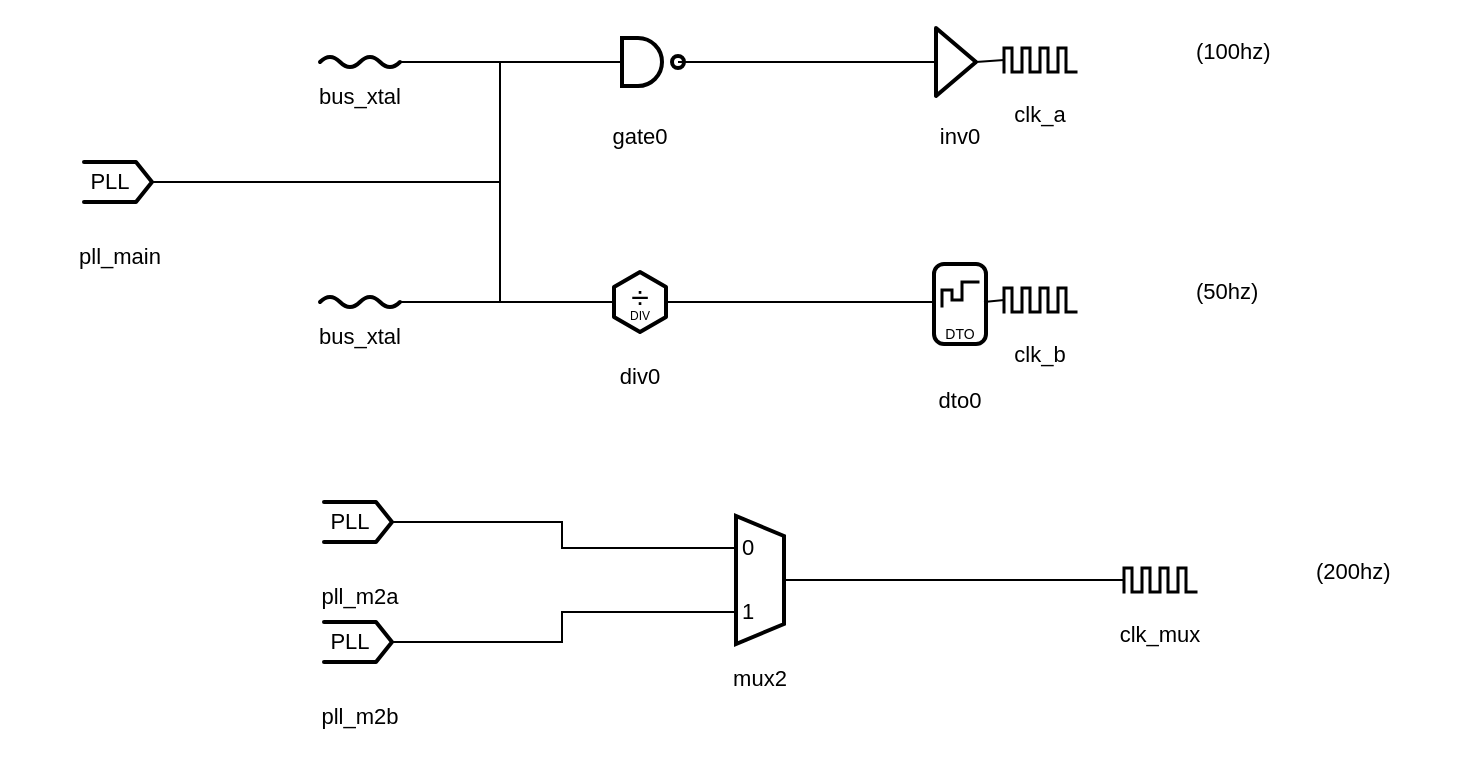
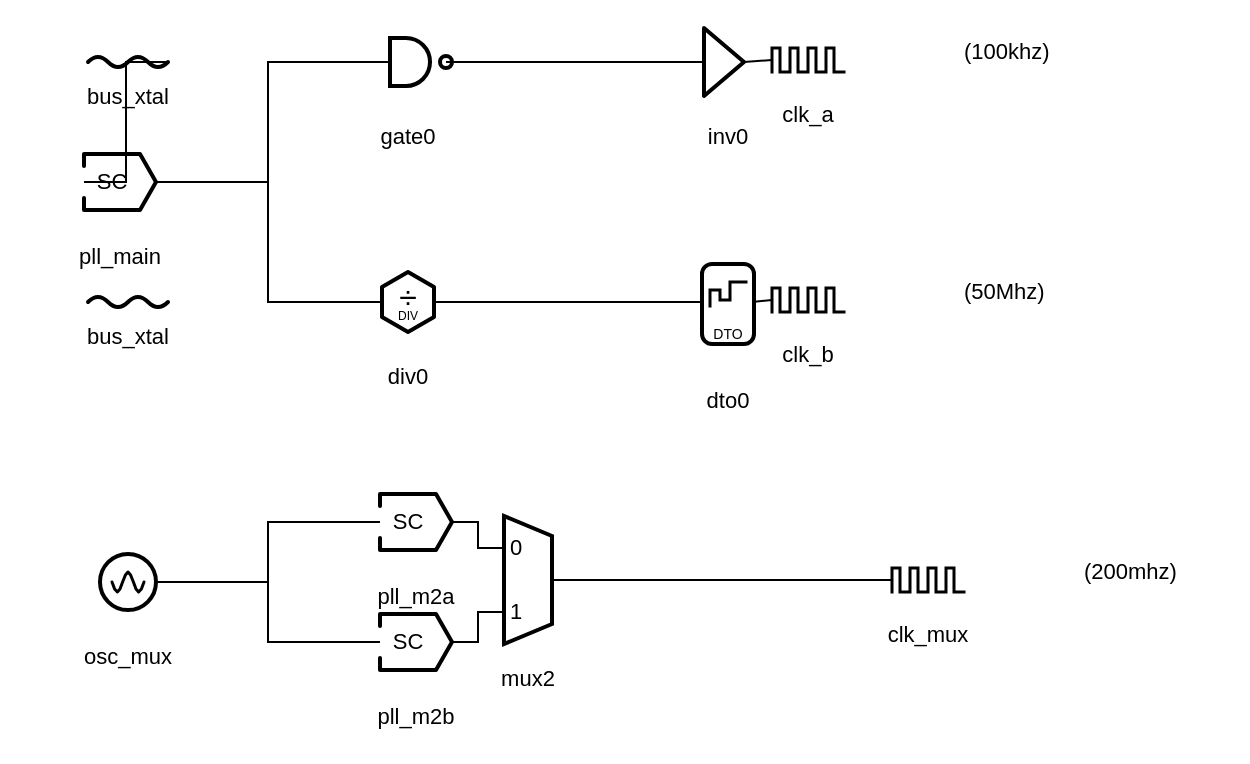
<mxfile>
  <diagram id="fig2" name="fig2"><mxGraphModel>
      <root>
        <mxCell id="0" />
        <mxCell id="1" parent="0" />
-         <object name="bus_xtal" id="10" label="&lt;div style=&quot;position:relative;box-sizing:border-box;margin:0;padding:0;display:block;width:100%;height:100%;overflow:visible;white-space:nowrap;font-family:Helvetica,Arial,sans-serif;&quot;&gt;&lt;div style=&quot;position:absolute;left:0;top:0;width:100%;height:100%;&quot;&gt;&lt;svg xmlns=&quot;http://www.w3.org/2000/svg&quot; width=&quot;100%&quot; height=&quot;100%&quot; viewBox=&quot;0 0 120 40&quot; preserveAspectRatio=&quot;none&quot; style=&quot;display:block;overflow:visible;&quot;&gt;&lt;path d=&quot;M 40 14 Q 45 9 50 14 T 60 14 T 70 14 T 80 14&quot; fill=&quot;none&quot; stroke=&quot;#000000&quot; stroke-width=&quot;2&quot; stroke-linecap=&quot;round&quot; stroke-linejoin=&quot;round&quot;/&gt;&lt;/svg&gt;&lt;/div&gt;&lt;div style=&quot;position:absolute;left:50%;top:55.00000000000001%;transform:translateX(-50%);text-align:center;font-size:11px;line-height:1;white-space:nowrap;padding-top:4px;&quot;&gt;bus_xtal&lt;/div&gt;&lt;/div&gt;" placeholders="0">
-           <mxCell style="rounded=0;whiteSpace=nowrap;html=1;metaEdit=1;placeholders=0;overflow=fill;autosize=0;fillColor=none;strokeColor=none;spacingTop=0;spacingBottom=0;spacingLeft=0;spacingRight=0;align=left;verticalAlign=top;drawclockType=wire;points=[[0.3333,0.3500,0,0,0],[0.6667,0.3500,0,0,0]];" vertex="1" parent="1">
+         <object id="10" name="bus_xtal" label="&lt;div style=&quot;position:relative;box-sizing:border-box;margin:0;padding:0;display:block;width:100%;height:100%;overflow:visible;white-space:nowrap;font-family:Helvetica,Arial,sans-serif;&quot;&gt;&lt;div style=&quot;position:absolute;left:0;top:0;width:100%;height:100%;&quot;&gt;&lt;svg xmlns=&quot;http://www.w3.org/2000/svg&quot; width=&quot;100%&quot; height=&quot;100%&quot; viewBox=&quot;0 0 120 40&quot; preserveAspectRatio=&quot;none&quot; style=&quot;display:block;overflow:visible;&quot;&gt;&lt;path d=&quot;M 40 14 Q 45 9 50 14 T 60 14 T 70 14 T 80 14&quot; fill=&quot;none&quot; stroke=&quot;#000000&quot; stroke-width=&quot;2&quot; stroke-linecap=&quot;round&quot; stroke-linejoin=&quot;round&quot;/&gt;&lt;/svg&gt;&lt;/div&gt;&lt;div style=&quot;position:absolute;left:50%;top:55.00000000000001%;transform:translateX(-50%);text-align:center;font-size:11px;line-height:1;white-space:nowrap;padding-top:4px;&quot;&gt;%name%&lt;/div&gt;&lt;/div&gt;" placeholders="1">
+           <mxCell style="rounded=0;whiteSpace=nowrap;html=1;metaEdit=1;placeholders=1;overflow=fill;autosize=0;fillColor=none;strokeColor=none;spacingTop=0;spacingBottom=0;spacingLeft=0;spacingRight=0;align=left;verticalAlign=top;drawclockType=wire;points=[[0.3333,0.3500,0,0,0],[0.6667,0.3500,0,0,0]];" vertex="1" parent="1">
            <mxGeometry x="40" y="66" width="120" height="40" as="geometry" />
          </mxCell>
        </object>
-         <object name="bus_xtal" id="11" label="&lt;div style=&quot;position:relative;box-sizing:border-box;margin:0;padding:0;display:block;width:100%;height:100%;overflow:visible;white-space:nowrap;font-family:Helvetica,Arial,sans-serif;&quot;&gt;&lt;div style=&quot;position:absolute;left:0;top:0;width:100%;height:100%;&quot;&gt;&lt;svg xmlns=&quot;http://www.w3.org/2000/svg&quot; width=&quot;100%&quot; height=&quot;100%&quot; viewBox=&quot;0 0 120 40&quot; preserveAspectRatio=&quot;none&quot; style=&quot;display:block;overflow:visible;&quot;&gt;&lt;path d=&quot;M 40 14 Q 45 9 50 14 T 60 14 T 70 14 T 80 14&quot; fill=&quot;none&quot; stroke=&quot;#000000&quot; stroke-width=&quot;2&quot; stroke-linecap=&quot;round&quot; stroke-linejoin=&quot;round&quot;/&gt;&lt;/svg&gt;&lt;/div&gt;&lt;div style=&quot;position:absolute;left:50%;top:55.00000000000001%;transform:translateX(-50%);text-align:center;font-size:11px;line-height:1;white-space:nowrap;padding-top:4px;&quot;&gt;bus_xtal&lt;/div&gt;&lt;/div&gt;" placeholders="0">
-           <mxCell style="rounded=0;whiteSpace=nowrap;html=1;metaEdit=1;placeholders=0;overflow=fill;autosize=0;fillColor=none;strokeColor=none;spacingTop=0;spacingBottom=0;spacingLeft=0;spacingRight=0;align=left;verticalAlign=top;drawclockType=wire;points=[[0.3333,0.3500,0,0,0],[0.6667,0.3500,0,0,0]];" vertex="1" parent="1">
+         <object id="11" name="bus_xtal" label="&lt;div style=&quot;position:relative;box-sizing:border-box;margin:0;padding:0;display:block;width:100%;height:100%;overflow:visible;white-space:nowrap;font-family:Helvetica,Arial,sans-serif;&quot;&gt;&lt;div style=&quot;position:absolute;left:0;top:0;width:100%;height:100%;&quot;&gt;&lt;svg xmlns=&quot;http://www.w3.org/2000/svg&quot; width=&quot;100%&quot; height=&quot;100%&quot; viewBox=&quot;0 0 120 40&quot; preserveAspectRatio=&quot;none&quot; style=&quot;display:block;overflow:visible;&quot;&gt;&lt;path d=&quot;M 40 14 Q 45 9 50 14 T 60 14 T 70 14 T 80 14&quot; fill=&quot;none&quot; stroke=&quot;#000000&quot; stroke-width=&quot;2&quot; stroke-linecap=&quot;round&quot; stroke-linejoin=&quot;round&quot;/&gt;&lt;/svg&gt;&lt;/div&gt;&lt;div style=&quot;position:absolute;left:50%;top:55.00000000000001%;transform:translateX(-50%);text-align:center;font-size:11px;line-height:1;white-space:nowrap;padding-top:4px;&quot;&gt;%name%&lt;/div&gt;&lt;/div&gt;" placeholders="1">
+           <mxCell style="rounded=0;whiteSpace=nowrap;html=1;metaEdit=1;placeholders=1;overflow=fill;autosize=0;fillColor=none;strokeColor=none;spacingTop=0;spacingBottom=0;spacingLeft=0;spacingRight=0;align=left;verticalAlign=top;drawclockType=wire;points=[[0.3333,0.3500,0,0,0],[0.6667,0.3500,0,0,0]];" vertex="1" parent="1">
            <mxGeometry x="40" y="186" width="120" height="40" as="geometry" />
          </mxCell>
        </object>
-         <object name="gate0" id="12" label="&lt;div style=&quot;position:relative;box-sizing:border-box;margin:0;padding:0;display:block;width:100%;height:100%;overflow:visible;white-space:nowrap;font-family:Helvetica,Arial,sans-serif;&quot;&gt;&lt;div style=&quot;position:absolute;left:0;top:0;width:100%;height:100%;&quot;&gt;&lt;svg xmlns=&quot;http://www.w3.org/2000/svg&quot; width=&quot;100%&quot; height=&quot;100%&quot; viewBox=&quot;0 0 120 90&quot; preserveAspectRatio=&quot;none&quot; style=&quot;display:block;overflow:visible;&quot;&gt;&lt;path d=&quot;M 51 18 L 59 18 A 12 12 0 1 1 59 42 L 51 42 Z&quot; fill=&quot;none&quot; stroke=&quot;#000000&quot; stroke-width=&quot;2&quot; stroke-linejoin=&quot;miter&quot;/&gt;&lt;circle cx=&quot;79&quot; cy=&quot;30&quot; r=&quot;3&quot; fill=&quot;#ffffff&quot; stroke=&quot;#000000&quot; stroke-width=&quot;2&quot;/&gt;&lt;/svg&gt;&lt;/div&gt;&lt;div style=&quot;position:absolute;left:50%;top:64.44444444444444%;transform:translateX(-50%);text-align:center;font-size:11px;line-height:1;white-space:nowrap;padding-top:4px;&quot;&gt;gate0&lt;/div&gt;&lt;/div&gt;" placeholders="0">
-           <mxCell style="rounded=0;whiteSpace=nowrap;html=1;metaEdit=1;placeholders=0;overflow=fill;autosize=0;fillColor=none;strokeColor=none;spacingTop=0;spacingBottom=0;spacingLeft=0;spacingRight=0;align=left;verticalAlign=top;drawclockType=gate;points=[[0.4250,0.3333,0,0,0],[0.6583,0.3333,0,0,0]];" vertex="1" parent="1">
+         <object id="12" name="gate0" label="&lt;div style=&quot;position:relative;box-sizing:border-box;margin:0;padding:0;display:block;width:100%;height:100%;overflow:visible;white-space:nowrap;font-family:Helvetica,Arial,sans-serif;&quot;&gt;&lt;div style=&quot;position:absolute;left:0;top:0;width:100%;height:100%;&quot;&gt;&lt;svg xmlns=&quot;http://www.w3.org/2000/svg&quot; width=&quot;100%&quot; height=&quot;100%&quot; viewBox=&quot;0 0 120 90&quot; preserveAspectRatio=&quot;none&quot; style=&quot;display:block;overflow:visible;&quot;&gt;&lt;path d=&quot;M 51 18 L 59 18 A 12 12 0 1 1 59 42 L 51 42 Z&quot; fill=&quot;none&quot; stroke=&quot;#000000&quot; stroke-width=&quot;2&quot; stroke-linejoin=&quot;miter&quot;/&gt;&lt;circle cx=&quot;79&quot; cy=&quot;30&quot; r=&quot;3&quot; fill=&quot;#ffffff&quot; stroke=&quot;#000000&quot; stroke-width=&quot;2&quot;/&gt;&lt;/svg&gt;&lt;/div&gt;&lt;div style=&quot;position:absolute;left:50%;top:64.44444444444444%;transform:translateX(-50%);text-align:center;font-size:11px;line-height:1;white-space:nowrap;padding-top:4px;&quot;&gt;%name%&lt;/div&gt;&lt;/div&gt;" placeholders="1">
+           <mxCell style="rounded=0;whiteSpace=nowrap;html=1;metaEdit=1;placeholders=1;overflow=fill;autosize=0;fillColor=none;strokeColor=none;spacingTop=0;spacingBottom=0;spacingLeft=0;spacingRight=0;align=left;verticalAlign=top;drawclockType=gate;points=[[0.4250,0.3333,0,0,0],[0.6583,0.3333,0,0,0]];" vertex="1" parent="1">
            <mxGeometry x="180" y="50" width="120" height="90" as="geometry" />
          </mxCell>
        </object>
-         <object name="div0" id="13" label="&lt;div style=&quot;position:relative;box-sizing:border-box;margin:0;padding:0;display:block;width:100%;height:100%;overflow:visible;white-space:nowrap;font-family:Helvetica,Arial,sans-serif;&quot;&gt;&lt;div style=&quot;position:absolute;left:0;top:0;width:100%;height:100%;&quot;&gt;&lt;svg xmlns=&quot;http://www.w3.org/2000/svg&quot; width=&quot;100%&quot; height=&quot;100%&quot; viewBox=&quot;0 0 120 90&quot; preserveAspectRatio=&quot;none&quot; style=&quot;display:block;overflow:visible;&quot;&gt;&lt;polygon points=&quot;73.0,37.5 60.0,45.0 47.0,37.5 47.0,22.5 60.0,15.0 73.0,22.5&quot; fill=&quot;none&quot; stroke=&quot;#000000&quot; stroke-width=&quot;2&quot; stroke-linejoin=&quot;round&quot;/&gt;&lt;/svg&gt;&lt;span style=&quot;position:absolute;left:50.0%;top:31.11111111111111%;font-size:16px;line-height:1;white-space:nowrap;transform:translate(-50%,-50%);&quot;&gt;÷&lt;/span&gt;&lt;span style=&quot;position:absolute;left:50.0%;top:41.11111111111111%;font-size:6px;line-height:1;white-space:nowrap;transform:translate(-50%,-50%);&quot;&gt;DIV&lt;/span&gt;&lt;/div&gt;&lt;div style=&quot;position:absolute;left:50%;top:64.44444444444444%;transform:translateX(-50%);text-align:center;font-size:11px;line-height:1;white-space:nowrap;padding-top:4px;&quot;&gt;div0&lt;/div&gt;&lt;/div&gt;" placeholders="0">
-           <mxCell style="rounded=0;whiteSpace=nowrap;html=1;metaEdit=1;placeholders=0;overflow=fill;autosize=0;fillColor=none;strokeColor=none;spacingTop=0;spacingBottom=0;spacingLeft=0;spacingRight=0;align=left;verticalAlign=top;drawclockType=div;points=[[0.4000,0.3333,0,0,0],[0.6000,0.3333,0,0,0]];" vertex="1" parent="1">
+         <object id="13" name="div0" label="&lt;div style=&quot;position:relative;box-sizing:border-box;margin:0;padding:0;display:block;width:100%;height:100%;overflow:visible;white-space:nowrap;font-family:Helvetica,Arial,sans-serif;&quot;&gt;&lt;div style=&quot;position:absolute;left:0;top:0;width:100%;height:100%;&quot;&gt;&lt;svg xmlns=&quot;http://www.w3.org/2000/svg&quot; width=&quot;100%&quot; height=&quot;100%&quot; viewBox=&quot;0 0 120 90&quot; preserveAspectRatio=&quot;none&quot; style=&quot;display:block;overflow:visible;&quot;&gt;&lt;polygon points=&quot;73.0,37.5 60.0,45.0 47.0,37.5 47.0,22.5 60.0,15.0 73.0,22.5&quot; fill=&quot;none&quot; stroke=&quot;#000000&quot; stroke-width=&quot;2&quot; stroke-linejoin=&quot;round&quot;/&gt;&lt;/svg&gt;&lt;span style=&quot;position:absolute;left:50.0%;top:31.11111111111111%;font-size:16px;line-height:1;white-space:nowrap;transform:translate(-50%,-50%);&quot;&gt;÷&lt;/span&gt;&lt;span style=&quot;position:absolute;left:50.0%;top:41.11111111111111%;font-size:6px;line-height:1;white-space:nowrap;transform:translate(-50%,-50%);&quot;&gt;DIV&lt;/span&gt;&lt;/div&gt;&lt;div style=&quot;position:absolute;left:50%;top:64.44444444444444%;transform:translateX(-50%);text-align:center;font-size:11px;line-height:1;white-space:nowrap;padding-top:4px;&quot;&gt;%name%&lt;/div&gt;&lt;/div&gt;" placeholders="1">
+           <mxCell style="rounded=0;whiteSpace=nowrap;html=1;metaEdit=1;placeholders=1;overflow=fill;autosize=0;fillColor=none;strokeColor=none;spacingTop=0;spacingBottom=0;spacingLeft=0;spacingRight=0;align=left;verticalAlign=top;drawclockType=div;points=[[0.4000,0.3333,0,0,0],[0.6000,0.3333,0,0,0]];" vertex="1" parent="1">
            <mxGeometry x="180" y="170" width="120" height="90" as="geometry" />
          </mxCell>
        </object>
-         <object name="pll_main" id="14" label="&lt;div style=&quot;position:relative;box-sizing:border-box;margin:0;padding:0;display:block;width:100%;height:100%;overflow:visible;white-space:nowrap;font-family:Helvetica,Arial,sans-serif;&quot;&gt;&lt;div style=&quot;position:absolute;left:0;top:0;width:100%;height:100%;&quot;&gt;&lt;svg xmlns=&quot;http://www.w3.org/2000/svg&quot; width=&quot;100%&quot; height=&quot;100%&quot; viewBox=&quot;0 0 120 90&quot; preserveAspectRatio=&quot;none&quot; style=&quot;display:block;overflow:visible;&quot;&gt;&lt;path d=&quot;M 42 20 L 68 20 L 76 30 L 68 40 L 42 40&quot; fill=&quot;none&quot; stroke=&quot;#000000&quot; stroke-width=&quot;2&quot; stroke-linejoin=&quot;round&quot; stroke-linecap=&quot;round&quot;/&gt;&lt;/svg&gt;&lt;span style=&quot;position:absolute;left:45.83333333333333%;top:33.33333333333333%;font-size:11px;line-height:1;white-space:nowrap;transform:translate(-50%,-50%);&quot;&gt;PLL&lt;/span&gt;&lt;/div&gt;&lt;div style=&quot;position:absolute;left:50%;top:64.44444444444444%;transform:translateX(-50%);text-align:center;font-size:11px;line-height:1;white-space:nowrap;padding-top:4px;&quot;&gt;pll_main&lt;/div&gt;&lt;/div&gt;" placeholders="0">
-           <mxCell style="rounded=0;whiteSpace=nowrap;html=1;metaEdit=1;placeholders=0;overflow=fill;autosize=0;fillColor=none;strokeColor=none;spacingTop=0;spacingBottom=0;spacingLeft=0;spacingRight=0;align=left;verticalAlign=top;drawclockType=pll;points=[[0.6333,0.3333,0,0,0]];" vertex="1" parent="1">
-             <mxGeometry x="-80" y="110" width="120" height="90" as="geometry" />
+         <object id="14" name="pll_main" pll_kind="SC" label="&lt;div style=&quot;position:relative;box-sizing:border-box;margin:0;padding:0;display:block;width:100%;height:100%;overflow:visible;white-space:nowrap;font-family:Helvetica,Arial,sans-serif;&quot;&gt;&lt;div style=&quot;position:absolute;left:0;top:0;width:100%;height:100%;&quot;&gt;&lt;svg xmlns=&quot;http://www.w3.org/2000/svg&quot; width=&quot;100%&quot; height=&quot;100%&quot; viewBox=&quot;0 0 120 90&quot; preserveAspectRatio=&quot;none&quot; style=&quot;display:block;overflow:visible;&quot;&gt;&lt;path d=&quot;M 42 16 L 70 16 L 78 30 L 70 44 L 42 44 L 42 38 M 42 22 L 42 16&quot; fill=&quot;none&quot; stroke=&quot;#000000&quot; stroke-width=&quot;2&quot; stroke-linejoin=&quot;round&quot; stroke-linecap=&quot;round&quot;/&gt;&lt;/svg&gt;&lt;span style=&quot;position:absolute;left:46.666666666666664%;top:33.33333333333333%;font-size:11px;line-height:1;white-space:nowrap;transform:translate(-50%,-50%);&quot;&gt;%pll_kind%&lt;/span&gt;&lt;/div&gt;&lt;div style=&quot;position:absolute;left:50%;top:64.44444444444444%;transform:translateX(-50%);text-align:center;font-size:11px;line-height:1;white-space:nowrap;padding-top:4px;&quot;&gt;%name%&lt;/div&gt;&lt;/div&gt;" placeholders="1">
+           <mxCell style="rounded=0;whiteSpace=nowrap;html=1;metaEdit=1;placeholders=1;overflow=fill;autosize=0;fillColor=none;strokeColor=none;spacingTop=0;spacingBottom=0;spacingLeft=0;spacingRight=0;align=left;verticalAlign=top;drawclockType=pll;points=[[0.3500,0.3333,0,0,0],[0.6500,0.3333,0,0,0]];" vertex="1" parent="1">
+             <mxGeometry x="36" y="110" width="120" height="90" as="geometry" />
          </mxCell>
        </object>
-         <object name="inv0" id="15" label="&lt;div style=&quot;position:relative;box-sizing:border-box;margin:0;padding:0;display:block;width:100%;height:100%;overflow:visible;white-space:nowrap;font-family:Helvetica,Arial,sans-serif;&quot;&gt;&lt;div style=&quot;position:absolute;left:0;top:0;width:100%;height:100%;&quot;&gt;&lt;svg xmlns=&quot;http://www.w3.org/2000/svg&quot; width=&quot;100%&quot; height=&quot;100%&quot; viewBox=&quot;0 0 120 90&quot; preserveAspectRatio=&quot;none&quot; style=&quot;display:block;overflow:visible;&quot;&gt;&lt;polygon points=&quot;48,30 48,13 68,30 48,47&quot; fill=&quot;none&quot; stroke=&quot;#000000&quot; stroke-width=&quot;2&quot; stroke-linejoin=&quot;round&quot;/&gt;&lt;/svg&gt;&lt;/div&gt;&lt;div style=&quot;position:absolute;left:50%;top:64.44444444444444%;transform:translateX(-50%);text-align:center;font-size:11px;line-height:1;white-space:nowrap;padding-top:4px;&quot;&gt;inv0&lt;/div&gt;&lt;/div&gt;" placeholders="0">
-           <mxCell style="rounded=0;whiteSpace=nowrap;html=1;metaEdit=1;placeholders=0;overflow=fill;autosize=0;fillColor=none;strokeColor=none;spacingTop=0;spacingBottom=0;spacingLeft=0;spacingRight=0;align=left;verticalAlign=top;drawclockType=inv;points=[[0.4000,0.3333,0,0,0],[0.5667,0.3333,0,0,0]];" vertex="1" parent="1">
+         <object id="15" name="inv0" label="&lt;div style=&quot;position:relative;box-sizing:border-box;margin:0;padding:0;display:block;width:100%;height:100%;overflow:visible;white-space:nowrap;font-family:Helvetica,Arial,sans-serif;&quot;&gt;&lt;div style=&quot;position:absolute;left:0;top:0;width:100%;height:100%;&quot;&gt;&lt;svg xmlns=&quot;http://www.w3.org/2000/svg&quot; width=&quot;100%&quot; height=&quot;100%&quot; viewBox=&quot;0 0 120 90&quot; preserveAspectRatio=&quot;none&quot; style=&quot;display:block;overflow:visible;&quot;&gt;&lt;polygon points=&quot;48,30 48,13 68,30 48,47&quot; fill=&quot;none&quot; stroke=&quot;#000000&quot; stroke-width=&quot;2&quot; stroke-linejoin=&quot;round&quot;/&gt;&lt;/svg&gt;&lt;/div&gt;&lt;div style=&quot;position:absolute;left:50%;top:64.44444444444444%;transform:translateX(-50%);text-align:center;font-size:11px;line-height:1;white-space:nowrap;padding-top:4px;&quot;&gt;%name%&lt;/div&gt;&lt;/div&gt;" placeholders="1">
+           <mxCell style="rounded=0;whiteSpace=nowrap;html=1;metaEdit=1;placeholders=1;overflow=fill;autosize=0;fillColor=none;strokeColor=none;spacingTop=0;spacingBottom=0;spacingLeft=0;spacingRight=0;align=left;verticalAlign=top;drawclockType=inv;points=[[0.4000,0.3333,0,0,0],[0.5667,0.3333,0,0,0]];" vertex="1" parent="1">
            <mxGeometry x="340" y="50" width="120" height="90" as="geometry" />
          </mxCell>
        </object>
-         <object name="dto0" id="16" label="&lt;div style=&quot;position:relative;box-sizing:border-box;margin:0;padding:0;display:block;width:100%;height:100%;overflow:visible;white-space:nowrap;font-family:Helvetica,Arial,sans-serif;&quot;&gt;&lt;div style=&quot;position:absolute;left:0;top:0;width:100%;height:100%;&quot;&gt;&lt;svg xmlns=&quot;http://www.w3.org/2000/svg&quot; width=&quot;100%&quot; height=&quot;100%&quot; viewBox=&quot;0 0 120 90&quot; preserveAspectRatio=&quot;none&quot; style=&quot;display:block;overflow:visible;&quot;&gt;&lt;rect x=&quot;47&quot; y=&quot;11&quot; width=&quot;26&quot; height=&quot;40&quot; rx=&quot;5&quot; ry=&quot;5&quot; fill=&quot;none&quot; stroke=&quot;#000000&quot; stroke-width=&quot;2&quot;/&gt;&lt;path d=&quot;M 51 32 L 51 24 L 56 24 L 56 29 L 61 29 L 61 20 L 69 20&quot; fill=&quot;none&quot; stroke=&quot;#000000&quot; stroke-width=&quot;1.5&quot; stroke-linecap=&quot;square&quot;/&gt;&lt;/svg&gt;&lt;span style=&quot;position:absolute;left:50.0%;top:51.11111111111111%;font-size:7px;line-height:1;white-space:nowrap;transform:translate(-50%,-50%);&quot;&gt;DTO&lt;/span&gt;&lt;/div&gt;&lt;div style=&quot;position:absolute;left:50%;top:64.44444444444444%;transform:translateX(-50%);text-align:center;font-size:11px;line-height:1;white-space:nowrap;padding-top:16px;&quot;&gt;dto0&lt;/div&gt;&lt;/div&gt;" placeholders="0">
-           <mxCell style="rounded=0;whiteSpace=nowrap;html=1;metaEdit=1;placeholders=0;overflow=fill;autosize=0;fillColor=none;strokeColor=none;spacingTop=0;spacingBottom=0;spacingLeft=0;spacingRight=0;align=left;verticalAlign=top;drawclockType=dto;points=[[0.4000,0.3333,0,0,0],[0.6000,0.3333,0,0,0]];" vertex="1" parent="1">
+         <object id="16" name="dto0" label="&lt;div style=&quot;position:relative;box-sizing:border-box;margin:0;padding:0;display:block;width:100%;height:100%;overflow:visible;white-space:nowrap;font-family:Helvetica,Arial,sans-serif;&quot;&gt;&lt;div style=&quot;position:absolute;left:0;top:0;width:100%;height:100%;&quot;&gt;&lt;svg xmlns=&quot;http://www.w3.org/2000/svg&quot; width=&quot;100%&quot; height=&quot;100%&quot; viewBox=&quot;0 0 120 90&quot; preserveAspectRatio=&quot;none&quot; style=&quot;display:block;overflow:visible;&quot;&gt;&lt;rect x=&quot;47&quot; y=&quot;11&quot; width=&quot;26&quot; height=&quot;40&quot; rx=&quot;5&quot; ry=&quot;5&quot; fill=&quot;none&quot; stroke=&quot;#000000&quot; stroke-width=&quot;2&quot;/&gt;&lt;path d=&quot;M 51 32 L 51 24 L 56 24 L 56 29 L 61 29 L 61 20 L 69 20&quot; fill=&quot;none&quot; stroke=&quot;#000000&quot; stroke-width=&quot;1.5&quot; stroke-linecap=&quot;square&quot;/&gt;&lt;/svg&gt;&lt;span style=&quot;position:absolute;left:50.0%;top:51.11111111111111%;font-size:7px;line-height:1;white-space:nowrap;transform:translate(-50%,-50%);&quot;&gt;DTO&lt;/span&gt;&lt;/div&gt;&lt;div style=&quot;position:absolute;left:50%;top:64.44444444444444%;transform:translateX(-50%);text-align:center;font-size:11px;line-height:1;white-space:nowrap;padding-top:16px;&quot;&gt;%name%&lt;/div&gt;&lt;/div&gt;" placeholders="1">
+           <mxCell style="rounded=0;whiteSpace=nowrap;html=1;metaEdit=1;placeholders=1;overflow=fill;autosize=0;fillColor=none;strokeColor=none;spacingTop=0;spacingBottom=0;spacingLeft=0;spacingRight=0;align=left;verticalAlign=top;drawclockType=dto;points=[[0.4000,0.3333,0,0,0],[0.6000,0.3333,0,0,0]];" vertex="1" parent="1">
            <mxGeometry x="340" y="170" width="120" height="90" as="geometry" />
          </mxCell>
        </object>
-         <object name="clk_a" id="17" freq="100" label="&lt;div style=&quot;position:relative;box-sizing:border-box;margin:0;padding:0;display:block;width:100%;height:100%;overflow:visible;white-space:nowrap;font-family:Helvetica,Arial,sans-serif;&quot;&gt;&lt;div style=&quot;position:absolute;left:0;top:0;width:100%;height:100%;&quot;&gt;&lt;svg xmlns=&quot;http://www.w3.org/2000/svg&quot; width=&quot;100%&quot; height=&quot;100%&quot; viewBox=&quot;0 0 260 72&quot; preserveAspectRatio=&quot;none&quot; style=&quot;display:block;overflow:visible;&quot;&gt;&lt;path d=&quot;M 82 36 L 82 24 L 86 24 L 86 36 L 91 36 L 91 24 L 95 24 L 95 36 L 100 36 L 100 24 L 104 24 L 104 36 L 109 36 L 109 24 L 113 24 L 113 36 L 118 36&quot; fill=&quot;none&quot; stroke=&quot;#000000&quot; stroke-width=&quot;1.5&quot; stroke-linecap=&quot;square&quot; stroke-linejoin=&quot;miter&quot;/&gt;&lt;/svg&gt;&lt;/div&gt;&lt;div style=&quot;position:absolute;left:45.38461538461539%;top:36.11111111111111%;display:flex;align-items:center;white-space:nowrap;transform:translateY(-50%);&quot;&gt;&lt;div style=&quot;flex:0 0 auto;width:60px;&quot;&gt;&lt;/div&gt;&lt;span style=&quot;flex:0 0 auto;font-size:11px;line-height:1;white-space:nowrap;&quot;&gt;(100hz)&lt;/span&gt;&lt;/div&gt;&lt;div style=&quot;position:absolute;left:38.46153846153847%;top:50.0%;transform:translateX(-50%);text-align:center;font-size:11px;line-height:1;white-space:nowrap;padding-top:16px;&quot;&gt;clk_a&lt;/div&gt;&lt;/div&gt;" placeholders="0">
-           <mxCell style="rounded=0;whiteSpace=nowrap;html=1;metaEdit=1;placeholders=0;overflow=fill;autosize=0;fillColor=none;strokeColor=none;spacingTop=0;spacingBottom=0;spacingLeft=0;spacingRight=0;align=left;verticalAlign=top;drawclockType=clock;points=[[0.3154,0.4167,0,0,0]];" vertex="1" parent="1">
+         <object id="17" name="clk_a" freq="100k" label="&lt;div style=&quot;position:relative;box-sizing:border-box;margin:0;padding:0;display:block;width:100%;height:100%;overflow:visible;white-space:nowrap;font-family:Helvetica,Arial,sans-serif;&quot;&gt;&lt;div style=&quot;position:absolute;left:0;top:0;width:100%;height:100%;&quot;&gt;&lt;svg xmlns=&quot;http://www.w3.org/2000/svg&quot; width=&quot;100%&quot; height=&quot;100%&quot; viewBox=&quot;0 0 260 72&quot; preserveAspectRatio=&quot;none&quot; style=&quot;display:block;overflow:visible;&quot;&gt;&lt;path d=&quot;M 82 36 L 82 24 L 86 24 L 86 36 L 91 36 L 91 24 L 95 24 L 95 36 L 100 36 L 100 24 L 104 24 L 104 36 L 109 36 L 109 24 L 113 24 L 113 36 L 118 36&quot; fill=&quot;none&quot; stroke=&quot;#000000&quot; stroke-width=&quot;1.5&quot; stroke-linecap=&quot;square&quot; stroke-linejoin=&quot;miter&quot;/&gt;&lt;/svg&gt;&lt;/div&gt;&lt;div style=&quot;position:absolute;left:45.38461538461539%;top:36.11111111111111%;display:flex;align-items:center;white-space:nowrap;transform:translateY(-50%);&quot;&gt;&lt;div style=&quot;flex:0 0 auto;width:60px;&quot;&gt;&lt;/div&gt;&lt;span style=&quot;flex:0 0 auto;font-size:11px;line-height:1;white-space:nowrap;&quot;&gt;(%freq%hz)&lt;/span&gt;&lt;/div&gt;&lt;div style=&quot;position:absolute;left:38.46153846153847%;top:50.0%;transform:translateX(-50%);text-align:center;font-size:11px;line-height:1;white-space:nowrap;padding-top:16px;&quot;&gt;%name%&lt;/div&gt;&lt;/div&gt;" placeholders="1">
+           <mxCell style="rounded=0;whiteSpace=nowrap;html=1;metaEdit=1;placeholders=1;overflow=fill;autosize=0;fillColor=none;strokeColor=none;spacingTop=0;spacingBottom=0;spacingLeft=0;spacingRight=0;align=left;verticalAlign=top;drawclockType=clock;points=[[0.3154,0.4167,0,0,0]];" vertex="1" parent="1">
            <mxGeometry x="340" y="49" width="260" height="72" as="geometry" />
          </mxCell>
        </object>
-         <object name="clk_b" id="18" freq="50" label="&lt;div style=&quot;position:relative;box-sizing:border-box;margin:0;padding:0;display:block;width:100%;height:100%;overflow:visible;white-space:nowrap;font-family:Helvetica,Arial,sans-serif;&quot;&gt;&lt;div style=&quot;position:absolute;left:0;top:0;width:100%;height:100%;&quot;&gt;&lt;svg xmlns=&quot;http://www.w3.org/2000/svg&quot; width=&quot;100%&quot; height=&quot;100%&quot; viewBox=&quot;0 0 260 72&quot; preserveAspectRatio=&quot;none&quot; style=&quot;display:block;overflow:visible;&quot;&gt;&lt;path d=&quot;M 82 36 L 82 24 L 86 24 L 86 36 L 91 36 L 91 24 L 95 24 L 95 36 L 100 36 L 100 24 L 104 24 L 104 36 L 109 36 L 109 24 L 113 24 L 113 36 L 118 36&quot; fill=&quot;none&quot; stroke=&quot;#000000&quot; stroke-width=&quot;1.5&quot; stroke-linecap=&quot;square&quot; stroke-linejoin=&quot;miter&quot;/&gt;&lt;/svg&gt;&lt;/div&gt;&lt;div style=&quot;position:absolute;left:45.38461538461539%;top:36.11111111111111%;display:flex;align-items:center;white-space:nowrap;transform:translateY(-50%);&quot;&gt;&lt;div style=&quot;flex:0 0 auto;width:60px;&quot;&gt;&lt;/div&gt;&lt;span style=&quot;flex:0 0 auto;font-size:11px;line-height:1;white-space:nowrap;&quot;&gt;(50hz)&lt;/span&gt;&lt;/div&gt;&lt;div style=&quot;position:absolute;left:38.46153846153847%;top:50.0%;transform:translateX(-50%);text-align:center;font-size:11px;line-height:1;white-space:nowrap;padding-top:16px;&quot;&gt;clk_b&lt;/div&gt;&lt;/div&gt;" placeholders="0">
-           <mxCell style="rounded=0;whiteSpace=nowrap;html=1;metaEdit=1;placeholders=0;overflow=fill;autosize=0;fillColor=none;strokeColor=none;spacingTop=0;spacingBottom=0;spacingLeft=0;spacingRight=0;align=left;verticalAlign=top;drawclockType=clock;points=[[0.3154,0.4167,0,0,0]];" vertex="1" parent="1">
+         <object id="18" name="clk_b" freq="50M" label="&lt;div style=&quot;position:relative;box-sizing:border-box;margin:0;padding:0;display:block;width:100%;height:100%;overflow:visible;white-space:nowrap;font-family:Helvetica,Arial,sans-serif;&quot;&gt;&lt;div style=&quot;position:absolute;left:0;top:0;width:100%;height:100%;&quot;&gt;&lt;svg xmlns=&quot;http://www.w3.org/2000/svg&quot; width=&quot;100%&quot; height=&quot;100%&quot; viewBox=&quot;0 0 260 72&quot; preserveAspectRatio=&quot;none&quot; style=&quot;display:block;overflow:visible;&quot;&gt;&lt;path d=&quot;M 82 36 L 82 24 L 86 24 L 86 36 L 91 36 L 91 24 L 95 24 L 95 36 L 100 36 L 100 24 L 104 24 L 104 36 L 109 36 L 109 24 L 113 24 L 113 36 L 118 36&quot; fill=&quot;none&quot; stroke=&quot;#000000&quot; stroke-width=&quot;1.5&quot; stroke-linecap=&quot;square&quot; stroke-linejoin=&quot;miter&quot;/&gt;&lt;/svg&gt;&lt;/div&gt;&lt;div style=&quot;position:absolute;left:45.38461538461539%;top:36.11111111111111%;display:flex;align-items:center;white-space:nowrap;transform:translateY(-50%);&quot;&gt;&lt;div style=&quot;flex:0 0 auto;width:60px;&quot;&gt;&lt;/div&gt;&lt;span style=&quot;flex:0 0 auto;font-size:11px;line-height:1;white-space:nowrap;&quot;&gt;(%freq%hz)&lt;/span&gt;&lt;/div&gt;&lt;div style=&quot;position:absolute;left:38.46153846153847%;top:50.0%;transform:translateX(-50%);text-align:center;font-size:11px;line-height:1;white-space:nowrap;padding-top:16px;&quot;&gt;%name%&lt;/div&gt;&lt;/div&gt;" placeholders="1">
+           <mxCell style="rounded=0;whiteSpace=nowrap;html=1;metaEdit=1;placeholders=1;overflow=fill;autosize=0;fillColor=none;strokeColor=none;spacingTop=0;spacingBottom=0;spacingLeft=0;spacingRight=0;align=left;verticalAlign=top;drawclockType=clock;points=[[0.3154,0.4167,0,0,0]];" vertex="1" parent="1">
            <mxGeometry x="340" y="169" width="260" height="72" as="geometry" />
          </mxCell>
        </object>
-         <object name="mux2" id="19" in0_label="0" in1_label="1" label="&lt;div style=&quot;position:relative;box-sizing:border-box;margin:0;padding:0;display:block;width:100%;height:100%;overflow:visible;white-space:nowrap;font-family:Helvetica,Arial,sans-serif;&quot;&gt;&lt;div style=&quot;position:absolute;left:0;top:0;width:100%;height:100%;&quot;&gt;&lt;svg xmlns=&quot;http://www.w3.org/2000/svg&quot; width=&quot;100%&quot; height=&quot;100%&quot; viewBox=&quot;0 0 120 106&quot; preserveAspectRatio=&quot;none&quot; style=&quot;display:block;overflow:visible;&quot;&gt;&lt;polygon points=&quot;48,6 48,70 72,60 72,16&quot; fill=&quot;none&quot; stroke=&quot;#000000&quot; stroke-width=&quot;2&quot;/&gt;&lt;/svg&gt;&lt;span style=&quot;position:absolute;left:45.0%;top:20.754716981132077%;font-size:11px;line-height:1;white-space:nowrap;transform:translate(-50%,-50%);&quot;&gt;0&lt;/span&gt;&lt;span style=&quot;position:absolute;left:45.0%;top:50.943396226415096%;font-size:11px;line-height:1;white-space:nowrap;transform:translate(-50%,-50%);&quot;&gt;1&lt;/span&gt;&lt;/div&gt;&lt;div style=&quot;position:absolute;left:50%;top:73.58490566037736%;transform:translateX(-50%);text-align:center;font-size:11px;line-height:1;white-space:nowrap;padding-top:4px;&quot;&gt;mux2&lt;/div&gt;&lt;/div&gt;" placeholders="0">
-           <mxCell style="rounded=0;whiteSpace=nowrap;html=1;metaEdit=1;placeholders=0;overflow=fill;autosize=0;fillColor=none;strokeColor=none;spacingTop=0;spacingBottom=0;spacingLeft=0;spacingRight=0;align=left;verticalAlign=top;drawclockType=mux2;points=[[0.4000,0.2075,0,0,0],[0.4000,0.5094,0,0,0],[0.6000,0.3585,0,0,0]];" vertex="1" parent="1">
+         <object id="19" name="mux2" label="&lt;div style=&quot;position:relative;box-sizing:border-box;margin:0;padding:0;display:block;width:100%;height:100%;overflow:visible;white-space:nowrap;font-family:Helvetica,Arial,sans-serif;&quot;&gt;&lt;div style=&quot;position:absolute;left:0;top:0;width:100%;height:100%;&quot;&gt;&lt;svg xmlns=&quot;http://www.w3.org/2000/svg&quot; width=&quot;100%&quot; height=&quot;100%&quot; viewBox=&quot;0 0 120 106&quot; preserveAspectRatio=&quot;none&quot; style=&quot;display:block;overflow:visible;&quot;&gt;&lt;polygon points=&quot;48,6 48,70 72,60 72,16&quot; fill=&quot;none&quot; stroke=&quot;#000000&quot; stroke-width=&quot;2&quot;/&gt;&lt;/svg&gt;&lt;span style=&quot;position:absolute;left:45.0%;top:20.754716981132077%;font-size:11px;line-height:1;white-space:nowrap;transform:translate(-50%,-50%);&quot;&gt;0&lt;/span&gt;&lt;span style=&quot;position:absolute;left:45.0%;top:50.943396226415096%;font-size:11px;line-height:1;white-space:nowrap;transform:translate(-50%,-50%);&quot;&gt;1&lt;/span&gt;&lt;/div&gt;&lt;div style=&quot;position:absolute;left:50%;top:73.58490566037736%;transform:translateX(-50%);text-align:center;font-size:11px;line-height:1;white-space:nowrap;padding-top:4px;&quot;&gt;%name%&lt;/div&gt;&lt;/div&gt;" placeholders="1">
+           <mxCell style="rounded=0;whiteSpace=nowrap;html=1;metaEdit=1;placeholders=1;overflow=fill;autosize=0;fillColor=none;strokeColor=none;spacingTop=0;spacingBottom=0;spacingLeft=0;spacingRight=0;align=left;verticalAlign=top;drawclockType=mux2;points=[[0.4000,0.2075,0,0,0],[0.4000,0.5094,0,0,0],[0.6000,0.3585,0,0,0]];" vertex="1" parent="1">
            <mxGeometry x="240" y="301" width="120" height="106" as="geometry" />
          </mxCell>
        </object>
-         <object name="pll_m2a" id="20" label="&lt;div style=&quot;position:relative;box-sizing:border-box;margin:0;padding:0;display:block;width:100%;height:100%;overflow:visible;white-space:nowrap;font-family:Helvetica,Arial,sans-serif;&quot;&gt;&lt;div style=&quot;position:absolute;left:0;top:0;width:100%;height:100%;&quot;&gt;&lt;svg xmlns=&quot;http://www.w3.org/2000/svg&quot; width=&quot;100%&quot; height=&quot;100%&quot; viewBox=&quot;0 0 120 90&quot; preserveAspectRatio=&quot;none&quot; style=&quot;display:block;overflow:visible;&quot;&gt;&lt;path d=&quot;M 42 20 L 68 20 L 76 30 L 68 40 L 42 40&quot; fill=&quot;none&quot; stroke=&quot;#000000&quot; stroke-width=&quot;2&quot; stroke-linejoin=&quot;round&quot; stroke-linecap=&quot;round&quot;/&gt;&lt;/svg&gt;&lt;span style=&quot;position:absolute;left:45.83333333333333%;top:33.33333333333333%;font-size:11px;line-height:1;white-space:nowrap;transform:translate(-50%,-50%);&quot;&gt;PLL&lt;/span&gt;&lt;/div&gt;&lt;div style=&quot;position:absolute;left:50%;top:64.44444444444444%;transform:translateX(-50%);text-align:center;font-size:11px;line-height:1;white-space:nowrap;padding-top:4px;&quot;&gt;pll_m2a&lt;/div&gt;&lt;/div&gt;" placeholders="0">
-           <mxCell style="rounded=0;whiteSpace=nowrap;html=1;metaEdit=1;placeholders=0;overflow=fill;autosize=0;fillColor=none;strokeColor=none;spacingTop=0;spacingBottom=0;spacingLeft=0;spacingRight=0;align=left;verticalAlign=top;drawclockType=pll;points=[[0.6333,0.3333,0,0,0]];" vertex="1" parent="1">
-             <mxGeometry x="40" y="280" width="120" height="90" as="geometry" />
+         <object id="20" name="osc_mux" label="&lt;div style=&quot;position:relative;box-sizing:border-box;margin:0;padding:0;display:block;width:100%;height:100%;overflow:visible;white-space:nowrap;font-family:Helvetica,Arial,sans-serif;&quot;&gt;&lt;div style=&quot;position:absolute;left:0;top:0;width:100%;height:100%;&quot;&gt;&lt;svg xmlns=&quot;http://www.w3.org/2000/svg&quot; width=&quot;100%&quot; height=&quot;100%&quot; viewBox=&quot;0 0 120 90&quot; preserveAspectRatio=&quot;none&quot; style=&quot;display:block;overflow:visible;&quot;&gt;&lt;circle cx=&quot;60.0&quot; cy=&quot;30&quot; r=&quot;14&quot; fill=&quot;none&quot; stroke=&quot;#000000&quot; stroke-width=&quot;2&quot;/&gt;&lt;path d=&quot;M 52.0 30.0 L 53.3 33.5 L 54.7 35.0 L 56.0 33.5 L 57.3 30.0 L 58.7 26.5 L 60.0 25.0 L 61.3 26.5 L 62.7 30.0 L 64.0 33.5 L 65.3 35.0 L 66.7 33.5 L 68.0 30.0&quot; fill=&quot;none&quot; stroke=&quot;#000000&quot; stroke-width=&quot;1.5&quot; stroke-linecap=&quot;round&quot; stroke-linejoin=&quot;round&quot;/&gt;&lt;/svg&gt;&lt;/div&gt;&lt;div style=&quot;position:absolute;left:50%;top:64.44444444444444%;transform:translateX(-50%);text-align:center;font-size:11px;line-height:1;white-space:nowrap;padding-top:4px;&quot;&gt;%name%&lt;/div&gt;&lt;/div&gt;" placeholders="1">
+           <mxCell style="rounded=0;whiteSpace=nowrap;html=1;metaEdit=1;placeholders=1;overflow=fill;autosize=0;fillColor=none;strokeColor=none;spacingTop=0;spacingBottom=0;spacingLeft=0;spacingRight=0;align=left;verticalAlign=top;drawclockType=source;points=[[0.6167,0.3333,0,0,0]];" vertex="1" parent="1">
+             <mxGeometry x="40" y="310" width="120" height="90" as="geometry" />
          </mxCell>
        </object>
-         <object name="pll_m2b" id="21" label="&lt;div style=&quot;position:relative;box-sizing:border-box;margin:0;padding:0;display:block;width:100%;height:100%;overflow:visible;white-space:nowrap;font-family:Helvetica,Arial,sans-serif;&quot;&gt;&lt;div style=&quot;position:absolute;left:0;top:0;width:100%;height:100%;&quot;&gt;&lt;svg xmlns=&quot;http://www.w3.org/2000/svg&quot; width=&quot;100%&quot; height=&quot;100%&quot; viewBox=&quot;0 0 120 90&quot; preserveAspectRatio=&quot;none&quot; style=&quot;display:block;overflow:visible;&quot;&gt;&lt;path d=&quot;M 42 20 L 68 20 L 76 30 L 68 40 L 42 40&quot; fill=&quot;none&quot; stroke=&quot;#000000&quot; stroke-width=&quot;2&quot; stroke-linejoin=&quot;round&quot; stroke-linecap=&quot;round&quot;/&gt;&lt;/svg&gt;&lt;span style=&quot;position:absolute;left:45.83333333333333%;top:33.33333333333333%;font-size:11px;line-height:1;white-space:nowrap;transform:translate(-50%,-50%);&quot;&gt;PLL&lt;/span&gt;&lt;/div&gt;&lt;div style=&quot;position:absolute;left:50%;top:64.44444444444444%;transform:translateX(-50%);text-align:center;font-size:11px;line-height:1;white-space:nowrap;padding-top:4px;&quot;&gt;pll_m2b&lt;/div&gt;&lt;/div&gt;" placeholders="0">
-           <mxCell style="rounded=0;whiteSpace=nowrap;html=1;metaEdit=1;placeholders=0;overflow=fill;autosize=0;fillColor=none;strokeColor=none;spacingTop=0;spacingBottom=0;spacingLeft=0;spacingRight=0;align=left;verticalAlign=top;drawclockType=pll;points=[[0.6333,0.3333,0,0,0]];" vertex="1" parent="1">
-             <mxGeometry x="40" y="340" width="120" height="90" as="geometry" />
+         <object id="21" name="pll_m2a" pll_kind="SC" label="&lt;div style=&quot;position:relative;box-sizing:border-box;margin:0;padding:0;display:block;width:100%;height:100%;overflow:visible;white-space:nowrap;font-family:Helvetica,Arial,sans-serif;&quot;&gt;&lt;div style=&quot;position:absolute;left:0;top:0;width:100%;height:100%;&quot;&gt;&lt;svg xmlns=&quot;http://www.w3.org/2000/svg&quot; width=&quot;100%&quot; height=&quot;100%&quot; viewBox=&quot;0 0 120 90&quot; preserveAspectRatio=&quot;none&quot; style=&quot;display:block;overflow:visible;&quot;&gt;&lt;path d=&quot;M 42 16 L 70 16 L 78 30 L 70 44 L 42 44 L 42 38 M 42 22 L 42 16&quot; fill=&quot;none&quot; stroke=&quot;#000000&quot; stroke-width=&quot;2&quot; stroke-linejoin=&quot;round&quot; stroke-linecap=&quot;round&quot;/&gt;&lt;/svg&gt;&lt;span style=&quot;position:absolute;left:46.666666666666664%;top:33.33333333333333%;font-size:11px;line-height:1;white-space:nowrap;transform:translate(-50%,-50%);&quot;&gt;%pll_kind%&lt;/span&gt;&lt;/div&gt;&lt;div style=&quot;position:absolute;left:50%;top:64.44444444444444%;transform:translateX(-50%);text-align:center;font-size:11px;line-height:1;white-space:nowrap;padding-top:4px;&quot;&gt;%name%&lt;/div&gt;&lt;/div&gt;" placeholders="1">
+           <mxCell style="rounded=0;whiteSpace=nowrap;html=1;metaEdit=1;placeholders=1;overflow=fill;autosize=0;fillColor=none;strokeColor=none;spacingTop=0;spacingBottom=0;spacingLeft=0;spacingRight=0;align=left;verticalAlign=top;drawclockType=pll;points=[[0.3500,0.3333,0,0,0],[0.6500,0.3333,0,0,0]];" vertex="1" parent="1">
+             <mxGeometry x="184" y="280" width="120" height="90" as="geometry" />
          </mxCell>
        </object>
-         <object name="clk_mux" id="22" freq="200" label="&lt;div style=&quot;position:relative;box-sizing:border-box;margin:0;padding:0;display:block;width:100%;height:100%;overflow:visible;white-space:nowrap;font-family:Helvetica,Arial,sans-serif;&quot;&gt;&lt;div style=&quot;position:absolute;left:0;top:0;width:100%;height:100%;&quot;&gt;&lt;svg xmlns=&quot;http://www.w3.org/2000/svg&quot; width=&quot;100%&quot; height=&quot;100%&quot; viewBox=&quot;0 0 260 72&quot; preserveAspectRatio=&quot;none&quot; style=&quot;display:block;overflow:visible;&quot;&gt;&lt;path d=&quot;M 82 36 L 82 24 L 86 24 L 86 36 L 91 36 L 91 24 L 95 24 L 95 36 L 100 36 L 100 24 L 104 24 L 104 36 L 109 36 L 109 24 L 113 24 L 113 36 L 118 36&quot; fill=&quot;none&quot; stroke=&quot;#000000&quot; stroke-width=&quot;1.5&quot; stroke-linecap=&quot;square&quot; stroke-linejoin=&quot;miter&quot;/&gt;&lt;/svg&gt;&lt;/div&gt;&lt;div style=&quot;position:absolute;left:45.38461538461539%;top:36.11111111111111%;display:flex;align-items:center;white-space:nowrap;transform:translateY(-50%);&quot;&gt;&lt;div style=&quot;flex:0 0 auto;width:60px;&quot;&gt;&lt;/div&gt;&lt;span style=&quot;flex:0 0 auto;font-size:11px;line-height:1;white-space:nowrap;&quot;&gt;(200hz)&lt;/span&gt;&lt;/div&gt;&lt;div style=&quot;position:absolute;left:38.46153846153847%;top:50.0%;transform:translateX(-50%);text-align:center;font-size:11px;line-height:1;white-space:nowrap;padding-top:16px;&quot;&gt;clk_mux&lt;/div&gt;&lt;/div&gt;" placeholders="0">
-           <mxCell style="rounded=0;whiteSpace=nowrap;html=1;metaEdit=1;placeholders=0;overflow=fill;autosize=0;fillColor=none;strokeColor=none;spacingTop=0;spacingBottom=0;spacingLeft=0;spacingRight=0;align=left;verticalAlign=top;drawclockType=clock;points=[[0.3154,0.4167,0,0,0]];" vertex="1" parent="1">
+         <object id="22" name="pll_m2b" pll_kind="SC" label="&lt;div style=&quot;position:relative;box-sizing:border-box;margin:0;padding:0;display:block;width:100%;height:100%;overflow:visible;white-space:nowrap;font-family:Helvetica,Arial,sans-serif;&quot;&gt;&lt;div style=&quot;position:absolute;left:0;top:0;width:100%;height:100%;&quot;&gt;&lt;svg xmlns=&quot;http://www.w3.org/2000/svg&quot; width=&quot;100%&quot; height=&quot;100%&quot; viewBox=&quot;0 0 120 90&quot; preserveAspectRatio=&quot;none&quot; style=&quot;display:block;overflow:visible;&quot;&gt;&lt;path d=&quot;M 42 16 L 70 16 L 78 30 L 70 44 L 42 44 L 42 38 M 42 22 L 42 16&quot; fill=&quot;none&quot; stroke=&quot;#000000&quot; stroke-width=&quot;2&quot; stroke-linejoin=&quot;round&quot; stroke-linecap=&quot;round&quot;/&gt;&lt;/svg&gt;&lt;span style=&quot;position:absolute;left:46.666666666666664%;top:33.33333333333333%;font-size:11px;line-height:1;white-space:nowrap;transform:translate(-50%,-50%);&quot;&gt;%pll_kind%&lt;/span&gt;&lt;/div&gt;&lt;div style=&quot;position:absolute;left:50%;top:64.44444444444444%;transform:translateX(-50%);text-align:center;font-size:11px;line-height:1;white-space:nowrap;padding-top:4px;&quot;&gt;%name%&lt;/div&gt;&lt;/div&gt;" placeholders="1">
+           <mxCell style="rounded=0;whiteSpace=nowrap;html=1;metaEdit=1;placeholders=1;overflow=fill;autosize=0;fillColor=none;strokeColor=none;spacingTop=0;spacingBottom=0;spacingLeft=0;spacingRight=0;align=left;verticalAlign=top;drawclockType=pll;points=[[0.3500,0.3333,0,0,0],[0.6500,0.3333,0,0,0]];" vertex="1" parent="1">
+             <mxGeometry x="184" y="340" width="120" height="90" as="geometry" />
+           </mxCell>
+         </object>
+         <object id="23" name="clk_mux" freq="200m" label="&lt;div style=&quot;position:relative;box-sizing:border-box;margin:0;padding:0;display:block;width:100%;height:100%;overflow:visible;white-space:nowrap;font-family:Helvetica,Arial,sans-serif;&quot;&gt;&lt;div style=&quot;position:absolute;left:0;top:0;width:100%;height:100%;&quot;&gt;&lt;svg xmlns=&quot;http://www.w3.org/2000/svg&quot; width=&quot;100%&quot; height=&quot;100%&quot; viewBox=&quot;0 0 260 72&quot; preserveAspectRatio=&quot;none&quot; style=&quot;display:block;overflow:visible;&quot;&gt;&lt;path d=&quot;M 82 36 L 82 24 L 86 24 L 86 36 L 91 36 L 91 24 L 95 24 L 95 36 L 100 36 L 100 24 L 104 24 L 104 36 L 109 36 L 109 24 L 113 24 L 113 36 L 118 36&quot; fill=&quot;none&quot; stroke=&quot;#000000&quot; stroke-width=&quot;1.5&quot; stroke-linecap=&quot;square&quot; stroke-linejoin=&quot;miter&quot;/&gt;&lt;/svg&gt;&lt;/div&gt;&lt;div style=&quot;position:absolute;left:45.38461538461539%;top:36.11111111111111%;display:flex;align-items:center;white-space:nowrap;transform:translateY(-50%);&quot;&gt;&lt;div style=&quot;flex:0 0 auto;width:60px;&quot;&gt;&lt;/div&gt;&lt;span style=&quot;flex:0 0 auto;font-size:11px;line-height:1;white-space:nowrap;&quot;&gt;(%freq%hz)&lt;/span&gt;&lt;/div&gt;&lt;div style=&quot;position:absolute;left:38.46153846153847%;top:50.0%;transform:translateX(-50%);text-align:center;font-size:11px;line-height:1;white-space:nowrap;padding-top:16px;&quot;&gt;%name%&lt;/div&gt;&lt;/div&gt;" placeholders="1">
+           <mxCell style="rounded=0;whiteSpace=nowrap;html=1;metaEdit=1;placeholders=1;overflow=fill;autosize=0;fillColor=none;strokeColor=none;spacingTop=0;spacingBottom=0;spacingLeft=0;spacingRight=0;align=left;verticalAlign=top;drawclockType=clock;points=[[0.3154,0.4167,0,0,0]];" vertex="1" parent="1">
            <mxGeometry x="400" y="309" width="260" height="72" as="geometry" />
          </mxCell>
        </object>
-         <mxCell id="23" style="edgeStyle=none;rounded=0;html=1;endArrow=none;startArrow=none;strokeColor=#000000;exitDx=0;exitDy=0;entryDx=0;entryDy=0;exitPerimeter=0;entryPerimeter=0;exitX=0.6667;exitY=0.35;entryX=0.425;entryY=0.3333;" edge="1" parent="1" source="10" target="12">
-           <mxGeometry relative="1" as="geometry" />
+         <mxCell id="24" style="edgeStyle=none;rounded=0;html=1;endArrow=none;startArrow=none;strokeColor=#000000;exitDx=0;exitDy=0;entryDx=0;entryDy=0;exitPerimeter=0;entryPerimeter=0;exitX=0.6667;exitY=0.35;entryX=0.35;entryY=0.3333;" edge="1" parent="1" source="10" target="14">
+           <mxGeometry as="geometry"><Array as="points"><mxPoint x="99" y="80" /><mxPoint x="99" y="140" /></Array></mxGeometry>
        </mxCell>
-         <mxCell id="24" style="edgeStyle=none;rounded=0;html=1;endArrow=none;startArrow=none;strokeColor=#000000;exitDx=0;exitDy=0;entryDx=0;entryDy=0;exitPerimeter=0;entryPerimeter=0;exitX=0.6667;exitY=0.35;entryX=0.4;entryY=0.3333;" edge="1" parent="1" source="11" target="13">
-           <mxGeometry relative="1" as="geometry" />
-         </mxCell>
-         <mxCell id="25" style="edgeStyle=none;rounded=0;html=1;endArrow=none;startArrow=none;strokeColor=#000000;exitDx=0;exitDy=0;entryDx=0;entryDy=0;exitPerimeter=0;entryPerimeter=0;exitX=0.6333;exitY=0.3333;entryX=0.425;entryY=0.3333;" edge="1" parent="1" source="14" target="12">
+         <mxCell id="25" style="edgeStyle=none;rounded=0;html=1;endArrow=none;startArrow=none;strokeColor=#000000;exitDx=0;exitDy=0;entryDx=0;entryDy=0;exitPerimeter=0;entryPerimeter=0;exitX=0.65;exitY=0.3333;entryX=0.425;entryY=0.3333;" edge="1" parent="1" source="14" target="12">
          <mxGeometry as="geometry"><Array as="points"><mxPoint x="170" y="140" /><mxPoint x="170" y="80" /></Array></mxGeometry>
        </mxCell>
-         <mxCell id="26" style="edgeStyle=none;rounded=0;html=1;endArrow=none;startArrow=none;strokeColor=#000000;exitDx=0;exitDy=0;entryDx=0;entryDy=0;exitPerimeter=0;entryPerimeter=0;exitX=0.6333;exitY=0.3333;entryX=0.4;entryY=0.3333;" edge="1" parent="1" source="14" target="13">
+         <mxCell id="26" style="edgeStyle=none;rounded=0;html=1;endArrow=none;startArrow=none;strokeColor=#000000;exitDx=0;exitDy=0;entryDx=0;entryDy=0;exitPerimeter=0;entryPerimeter=0;exitX=0.65;exitY=0.3333;entryX=0.4;entryY=0.3333;" edge="1" parent="1" source="14" target="13">
          <mxGeometry as="geometry"><Array as="points"><mxPoint x="170" y="140" /><mxPoint x="170" y="200" /></Array></mxGeometry>
        </mxCell>
        <mxCell id="27" style="edgeStyle=none;rounded=0;html=1;endArrow=none;startArrow=none;strokeColor=#000000;exitDx=0;exitDy=0;entryDx=0;entryDy=0;exitPerimeter=0;entryPerimeter=0;exitX=0.6583;exitY=0.3333;entryX=0.4;entryY=0.3333;" edge="1" parent="1" source="12" target="15">
          <mxGeometry relative="1" as="geometry" />
        </mxCell>
        <mxCell id="28" style="edgeStyle=none;rounded=0;html=1;endArrow=none;startArrow=none;strokeColor=#000000;exitDx=0;exitDy=0;entryDx=0;entryDy=0;exitPerimeter=0;entryPerimeter=0;exitX=0.6;exitY=0.3333;entryX=0.4;entryY=0.3333;" edge="1" parent="1" source="13" target="16">
          <mxGeometry relative="1" as="geometry" />
        </mxCell>
        <mxCell id="29" style="edgeStyle=none;rounded=0;html=1;endArrow=none;startArrow=none;strokeColor=#000000;exitDx=0;exitDy=0;entryDx=0;entryDy=0;exitPerimeter=0;entryPerimeter=0;exitX=0.5667;exitY=0.3333;entryX=0.3154;entryY=0.4167;" edge="1" parent="1" source="15" target="17">
          <mxGeometry relative="1" as="geometry" />
        </mxCell>
        <mxCell id="30" style="edgeStyle=none;rounded=0;html=1;endArrow=none;startArrow=none;strokeColor=#000000;exitDx=0;exitDy=0;entryDx=0;entryDy=0;exitPerimeter=0;entryPerimeter=0;exitX=0.6;exitY=0.3333;entryX=0.3154;entryY=0.4167;" edge="1" parent="1" source="16" target="18">
          <mxGeometry relative="1" as="geometry" />
        </mxCell>
-         <mxCell id="31" style="edgeStyle=none;rounded=0;html=1;endArrow=none;startArrow=none;strokeColor=#000000;exitDx=0;exitDy=0;entryDx=0;entryDy=0;exitPerimeter=0;entryPerimeter=0;exitX=0.6333;exitY=0.3333;entryX=0.4;entryY=0.2075;" edge="1" parent="1" source="20" target="19">
-           <mxGeometry as="geometry"><Array as="points"><mxPoint x="201" y="310" /><mxPoint x="201" y="323" /></Array></mxGeometry>
+         <mxCell id="31" style="edgeStyle=none;rounded=0;html=1;endArrow=none;startArrow=none;strokeColor=#000000;exitDx=0;exitDy=0;entryDx=0;entryDy=0;exitPerimeter=0;entryPerimeter=0;exitX=0.6167;exitY=0.3333;entryX=0.35;entryY=0.3333;" edge="1" parent="1" source="20" target="21">
+           <mxGeometry as="geometry"><Array as="points"><mxPoint x="170" y="340" /><mxPoint x="170" y="310" /></Array></mxGeometry>
        </mxCell>
-         <mxCell id="32" style="edgeStyle=none;rounded=0;html=1;endArrow=none;startArrow=none;strokeColor=#000000;exitDx=0;exitDy=0;entryDx=0;entryDy=0;exitPerimeter=0;entryPerimeter=0;exitX=0.6333;exitY=0.3333;entryX=0.4;entryY=0.5094;" edge="1" parent="1" source="21" target="19">
-           <mxGeometry as="geometry"><Array as="points"><mxPoint x="201" y="370" /><mxPoint x="201" y="355" /></Array></mxGeometry>
+         <mxCell id="32" style="edgeStyle=none;rounded=0;html=1;endArrow=none;startArrow=none;strokeColor=#000000;exitDx=0;exitDy=0;entryDx=0;entryDy=0;exitPerimeter=0;entryPerimeter=0;exitX=0.6167;exitY=0.3333;entryX=0.35;entryY=0.3333;" edge="1" parent="1" source="20" target="22">
+           <mxGeometry as="geometry"><Array as="points"><mxPoint x="170" y="340" /><mxPoint x="170" y="370" /></Array></mxGeometry>
        </mxCell>
-         <mxCell id="33" style="edgeStyle=none;rounded=0;html=1;endArrow=none;startArrow=none;strokeColor=#000000;exitDx=0;exitDy=0;entryDx=0;entryDy=0;exitPerimeter=0;entryPerimeter=0;exitX=0.6;exitY=0.3585;entryX=0.3154;entryY=0.4167;" edge="1" parent="1" source="19" target="22">
+         <mxCell id="33" style="edgeStyle=none;rounded=0;html=1;endArrow=none;startArrow=none;strokeColor=#000000;exitDx=0;exitDy=0;entryDx=0;entryDy=0;exitPerimeter=0;entryPerimeter=0;exitX=0.65;exitY=0.3333;entryX=0.4;entryY=0.2075;" edge="1" parent="1" source="21" target="19">
+           <mxGeometry as="geometry"><Array as="points"><mxPoint x="275" y="310" /><mxPoint x="275" y="323" /></Array></mxGeometry>
+         </mxCell>
+         <mxCell id="34" style="edgeStyle=none;rounded=0;html=1;endArrow=none;startArrow=none;strokeColor=#000000;exitDx=0;exitDy=0;entryDx=0;entryDy=0;exitPerimeter=0;entryPerimeter=0;exitX=0.65;exitY=0.3333;entryX=0.4;entryY=0.5094;" edge="1" parent="1" source="22" target="19">
+           <mxGeometry as="geometry"><Array as="points"><mxPoint x="275" y="370" /><mxPoint x="275" y="355" /></Array></mxGeometry>
+         </mxCell>
+         <mxCell id="35" style="edgeStyle=none;rounded=0;html=1;endArrow=none;startArrow=none;strokeColor=#000000;exitDx=0;exitDy=0;entryDx=0;entryDy=0;exitPerimeter=0;entryPerimeter=0;exitX=0.6;exitY=0.3585;entryX=0.3154;entryY=0.4167;" edge="1" parent="1" source="19" target="23">
          <mxGeometry relative="1" as="geometry" />
        </mxCell>
      </root>
    </mxGraphModel></diagram>
</mxfile>
